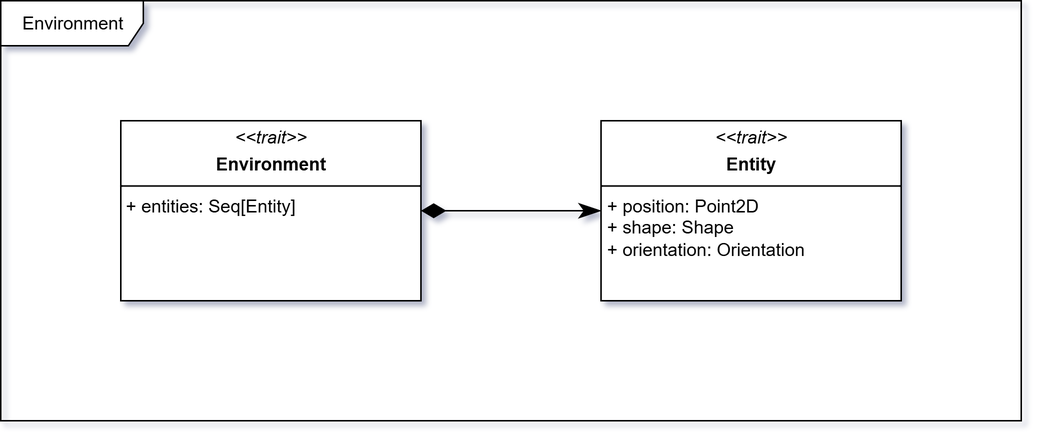
Earlier version of the draw.io export docs/static/img/04-detailed-design/environment.png (Scala-Robotics-Simulator/PPS-22-srs). Source tidied: cells renumbered, new cells last; positions are measured from the earlier drawing's top-left corner, leaving out a move shared by most shapes. The source it was exported from:
```xml
<mxGraphModel>
  <root>
    <mxCell id="0" />
    <mxCell id="1" parent="0" />
    <mxCell id="2" value="&lt;p style=&quot;margin:0px;margin-top:4px;text-align:center;&quot;&gt;&lt;i&gt;&amp;lt;&amp;lt;trait&amp;gt;&amp;gt;&lt;/i&gt;&lt;/p&gt;&lt;p style=&quot;margin:0px;margin-top:4px;text-align:center;&quot;&gt;&lt;b&gt;Environment&lt;/b&gt;&lt;/p&gt;&lt;hr size=&quot;1&quot; style=&quot;border-style:solid;&quot;&gt;&amp;nbsp;+ entities: Seq[Entity]&lt;div&gt;&lt;br&gt;&lt;/div&gt;" style="verticalAlign=top;align=left;overflow=fill;html=1;whiteSpace=wrap;" parent="1" vertex="1">
      <mxGeometry x="80" y="80" width="200" height="120" as="geometry" />
    </mxCell>
    <mxCell id="3" value="&lt;p style=&quot;margin:0px;margin-top:4px;text-align:center;&quot;&gt;&lt;i&gt;&amp;lt;&amp;lt;trait&amp;gt;&amp;gt;&lt;/i&gt;&lt;/p&gt;&lt;p style=&quot;margin:0px;margin-top:4px;text-align:center;&quot;&gt;&lt;b&gt;Entity&lt;/b&gt;&lt;/p&gt;&lt;hr size=&quot;1&quot; style=&quot;border-style:solid;&quot;&gt;&lt;p style=&quot;margin:0px;margin-left:4px;&quot;&gt;+ position: Point2D&lt;/p&gt;&lt;p style=&quot;margin:0px;margin-left:4px;&quot;&gt;+ shape: Shape&lt;/p&gt;&lt;p style=&quot;margin:0px;margin-left:4px;&quot;&gt;+ orientation: Orientation&lt;/p&gt;" style="verticalAlign=top;align=left;overflow=fill;html=1;whiteSpace=wrap;" parent="1" vertex="1">
      <mxGeometry x="400" y="80" width="200" height="120" as="geometry" />
    </mxCell>
    <mxCell id="4" style="endArrow=classicThin;html=1;endSize=12;startArrow=diamondThin;startSize=14;startFill=1;edgeStyle=orthogonalEdgeStyle;align=left;verticalAlign=bottom;rounded=0;exitX=1;exitY=0.5;exitDx=0;exitDy=0;endFill=1;entryX=0;entryY=0.5;entryDx=0;entryDy=0;" parent="1" edge="1" source="2" target="3">
      <mxGeometry x="-1" y="3" relative="1" as="geometry" />
    </mxCell>
    <mxCell id="5" value="&lt;div&gt;Environment&lt;/div&gt;" style="shape=umlFrame;whiteSpace=wrap;html=1;width=95;height=30;" parent="1" vertex="1">
      <mxGeometry width="680" height="280" as="geometry" />
    </mxCell>
  </root>
</mxGraphModel>
```
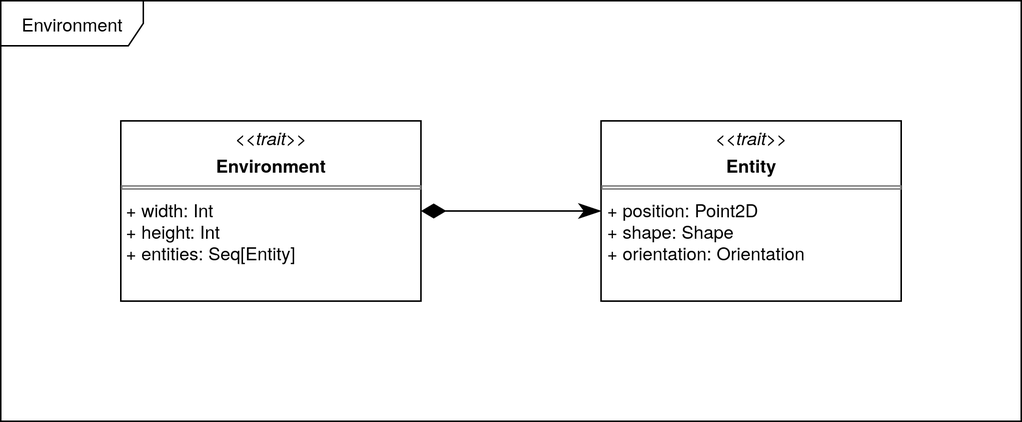
After the change.

Diff of the diagram source:
```diff
@@ -2,7 +2,7 @@
   <root>
     <mxCell id="0" />
     <mxCell id="1" parent="0" />
-    <mxCell id="2" value="&lt;p style=&quot;margin:0px;margin-top:4px;text-align:center;&quot;&gt;&lt;i&gt;&amp;lt;&amp;lt;trait&amp;gt;&amp;gt;&lt;/i&gt;&lt;/p&gt;&lt;p style=&quot;margin:0px;margin-top:4px;text-align:center;&quot;&gt;&lt;b&gt;Environment&lt;/b&gt;&lt;/p&gt;&lt;hr size=&quot;1&quot; style=&quot;border-style:solid;&quot;&gt;&amp;nbsp;+ entities: Seq[Entity]&lt;div&gt;&lt;br&gt;&lt;/div&gt;" style="verticalAlign=top;align=left;overflow=fill;html=1;whiteSpace=wrap;" parent="1" vertex="1">
+    <mxCell id="2" value="&lt;p style=&quot;margin:0px;margin-top:4px;text-align:center;&quot;&gt;&lt;i&gt;&amp;lt;&amp;lt;trait&amp;gt;&amp;gt;&lt;/i&gt;&lt;/p&gt;&lt;p style=&quot;margin:0px;margin-top:4px;text-align:center;&quot;&gt;&lt;b&gt;Environment&lt;/b&gt;&lt;/p&gt;&lt;hr size=&quot;1&quot; style=&quot;border-style:solid;&quot;&gt;&lt;div&gt;&amp;nbsp;+ width: Int&lt;/div&gt;&lt;div&gt;&amp;nbsp;+ height: Int&lt;/div&gt;&lt;div&gt;&amp;nbsp;+ entities: Seq[Entity]&lt;/div&gt;&lt;div&gt;&lt;br&gt;&lt;/div&gt;" style="verticalAlign=top;align=left;overflow=fill;html=1;whiteSpace=wrap;" parent="1" vertex="1">
       <mxGeometry x="80" y="80" width="200" height="120" as="geometry" />
     </mxCell>
     <mxCell id="3" value="&lt;p style=&quot;margin:0px;margin-top:4px;text-align:center;&quot;&gt;&lt;i&gt;&amp;lt;&amp;lt;trait&amp;gt;&amp;gt;&lt;/i&gt;&lt;/p&gt;&lt;p style=&quot;margin:0px;margin-top:4px;text-align:center;&quot;&gt;&lt;b&gt;Entity&lt;/b&gt;&lt;/p&gt;&lt;hr size=&quot;1&quot; style=&quot;border-style:solid;&quot;&gt;&lt;p style=&quot;margin:0px;margin-left:4px;&quot;&gt;+ position: Point2D&lt;/p&gt;&lt;p style=&quot;margin:0px;margin-left:4px;&quot;&gt;+ shape: Shape&lt;/p&gt;&lt;p style=&quot;margin:0px;margin-left:4px;&quot;&gt;+ orientation: Orientation&lt;/p&gt;" style="verticalAlign=top;align=left;overflow=fill;html=1;whiteSpace=wrap;" parent="1" vertex="1">
```
